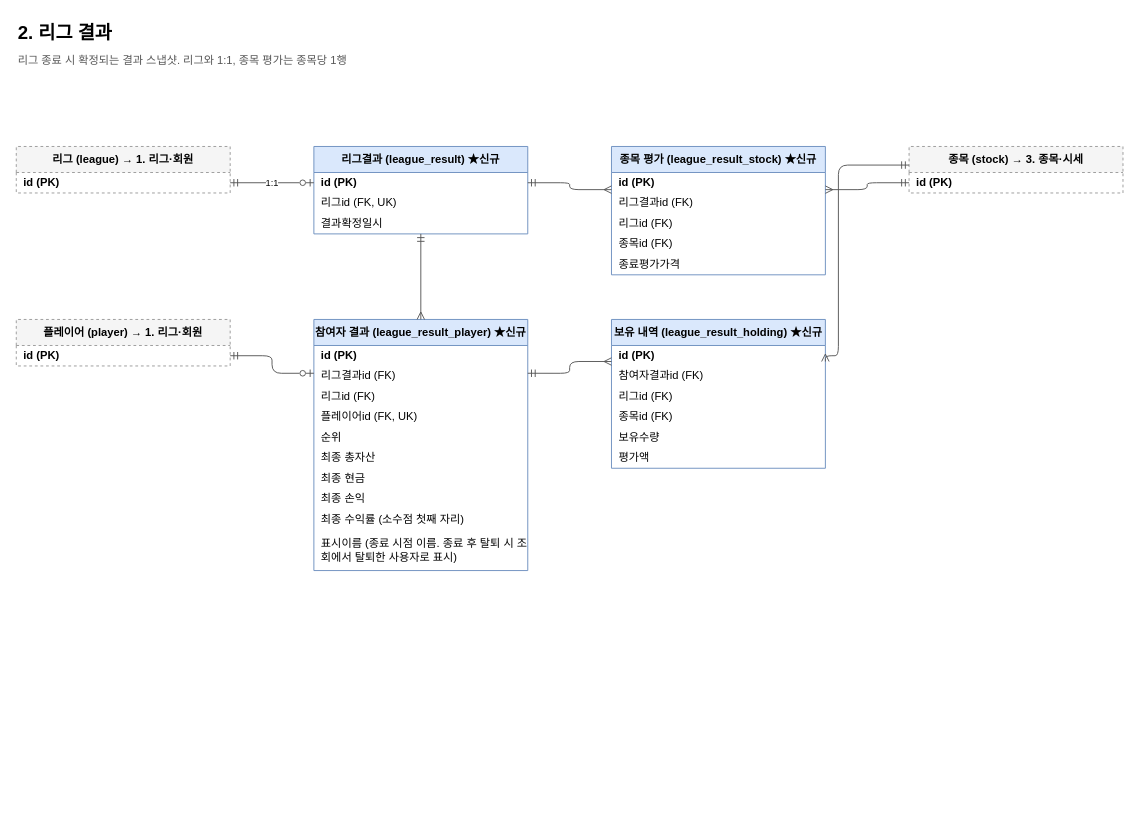
The draw.io diagram page "2. 리그 결과" (3 of 9) of docs/erd/naspi.drawio in JECT-Study/naspi-5th-Server, before the edit. Source tidied: cells renumbered, new cells numbered last; positions are measured from the earlier drawing's top-left corner, leaving out a move shared by most shapes. Both pictures are drawn from the tidied source at 93%, with x=0, y=0 at pixel (16, 16).
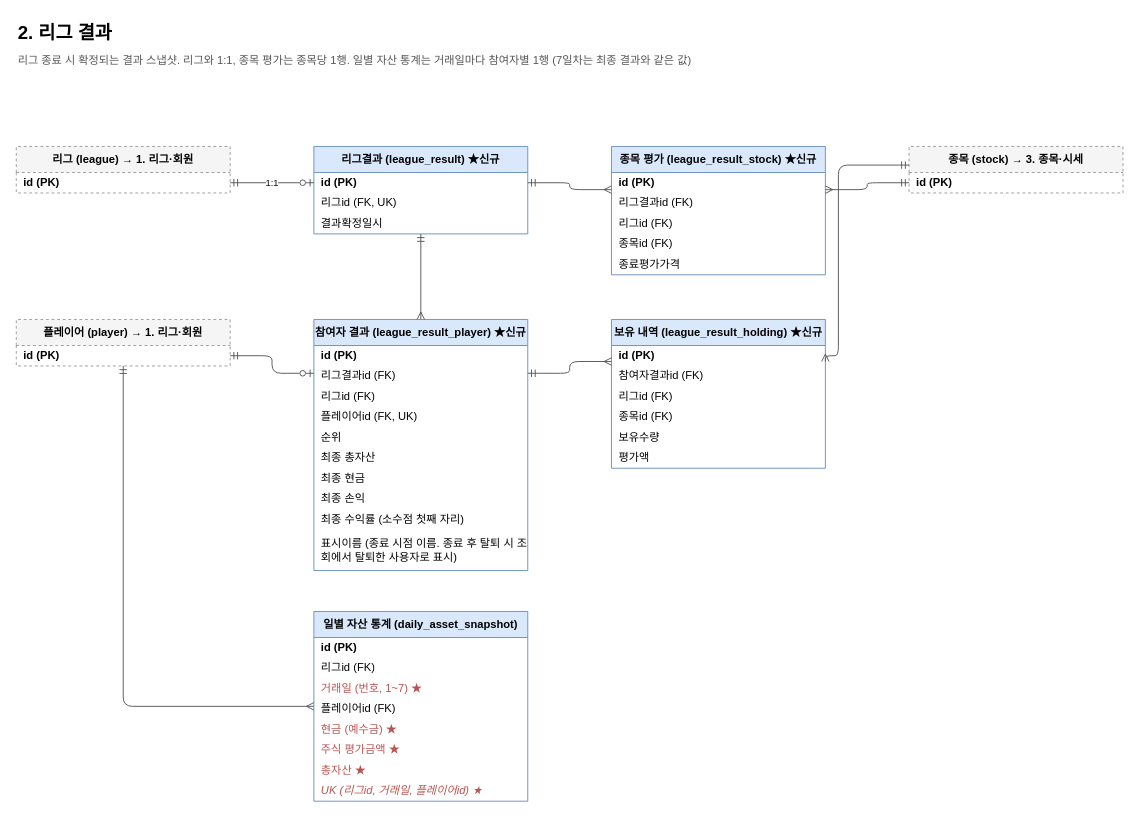
After the change.

Unchanged cells that the change refers to:
```xml
<mxCell id="32" value="플레이어 (player) → 1. 리그·회원" style="swimlane;fontStyle=1;horizontal=1;startSize=28;html=1;whiteSpace=wrap;fillColor=#f5f5f5;strokeColor=#999999;dashed=1;" parent="1" vertex="1">
  <mxGeometry y="326" width="230" height="50" as="geometry" />
</mxCell>
```

What changed in the source:
```diff
@@
+    <mxCell id="45" value="일별 자산 통계 (daily_asset_snapshot)" style="swimlane;fontStyle=1;horizontal=1;startSize=28;html=1;whiteSpace=wrap;fillColor=#dae8fc;strokeColor=#6c8ebf;" parent="1" vertex="1">
+      <mxGeometry x="320" y="640" width="230" height="204" as="geometry" />
+    </mxCell>
+    <mxCell id="46" value="id (PK)" style="text;strokeColor=none;fillColor=none;align=left;verticalAlign=middle;spacingLeft=6;overflow=hidden;html=1;fontStyle=1;" parent="45" vertex="1">
+      <mxGeometry y="28" width="230" height="22" as="geometry" />
+    </mxCell>
+    <mxCell id="47" value="리그id (FK)" style="text;strokeColor=none;fillColor=none;align=left;verticalAlign=middle;spacingLeft=6;overflow=hidden;html=1;" parent="45" vertex="1">
+      <mxGeometry y="50" width="230" height="22" as="geometry" />
+    </mxCell>
+    <mxCell id="48" value="거래일 (번호, 1~7) ★" style="text;strokeColor=none;fillColor=none;align=left;verticalAlign=middle;spacingLeft=6;overflow=hidden;html=1;fontColor=#B85450;" parent="45" vertex="1">
+      <mxGeometry y="72" width="230" height="22" as="geometry" />
+    </mxCell>
+    <mxCell id="49" value="플레이어id (FK)" style="text;strokeColor=none;fillColor=none;align=left;verticalAlign=middle;spacingLeft=6;overflow=hidden;html=1;" parent="45" vertex="1">
+      <mxGeometry y="94" width="230" height="22" as="geometry" />
+    </mxCell>
+    <mxCell id="50" value="현금 (예수금) ★" style="text;strokeColor=none;fillColor=none;align=left;verticalAlign=middle;spacingLeft=6;overflow=hidden;html=1;fontColor=#B85450;" parent="45" vertex="1">
+      <mxGeometry y="116" width="230" height="22" as="geometry" />
+    </mxCell>
+    <mxCell id="51" value="주식 평가금액 ★" style="text;strokeColor=none;fillColor=none;align=left;verticalAlign=middle;spacingLeft=6;overflow=hidden;html=1;fontColor=#B85450;" parent="45" vertex="1">
+      <mxGeometry y="138" width="230" height="22" as="geometry" />
+    </mxCell>
+    <mxCell id="52" value="총자산 ★" style="text;strokeColor=none;fillColor=none;align=left;verticalAlign=middle;spacingLeft=6;overflow=hidden;html=1;fontColor=#B85450;" parent="45" vertex="1">
+      <mxGeometry y="160" width="230" height="22" as="geometry" />
+    </mxCell>
+    <mxCell id="53" value="UK (리그id, 거래일, 플레이어id) ★" style="text;strokeColor=none;fillColor=none;align=left;verticalAlign=middle;spacingLeft=6;overflow=hidden;html=1;fontStyle=2;fontColor=#555555;fontColor=#B85450;" parent="45" vertex="1">
+      <mxGeometry y="182" width="230" height="22" as="geometry" />
+    </mxCell>
@@
-    <mxCell id="37" value="리그 종료 시 확정되는 결과 스냅샷. 리그와 1:1, 종목 평가는 종목당 1행" style="text;html=1;fontSize=12;align=left;verticalAlign=top;whiteSpace=wrap;fontColor=#555555;" parent="1" vertex="1">
+    <mxCell id="37" value="리그 종료 시 확정되는 결과 스냅샷. 리그와 1:1, 종목 평가는 종목당 1행. 일별 자산 통계는 거래일마다 참여자별 1행 (7일차는 최종 결과와 같은 값)" style="text;html=1;fontSize=12;align=left;verticalAlign=top;whiteSpace=wrap;fontColor=#555555;" parent="1" vertex="1">
       <mxGeometry y="34" width="1190" height="40" as="geometry" />
     </mxCell>
@@
+    <mxCell id="54" style="edgeStyle=orthogonalEdgeStyle;rounded=1;html=1;startArrow=ERmany;startFill=0;endArrow=ERmandOne;endFill=0;strokeColor=#555555;fontSize=10;labelBackgroundColor=#ffffff;exitX=0;exitY=0.5;entryX=0.5;entryY=1;" parent="1" edge="1" source="45" target="32">
+      <mxGeometry relative="1" as="geometry" />
+    </mxCell>
```
